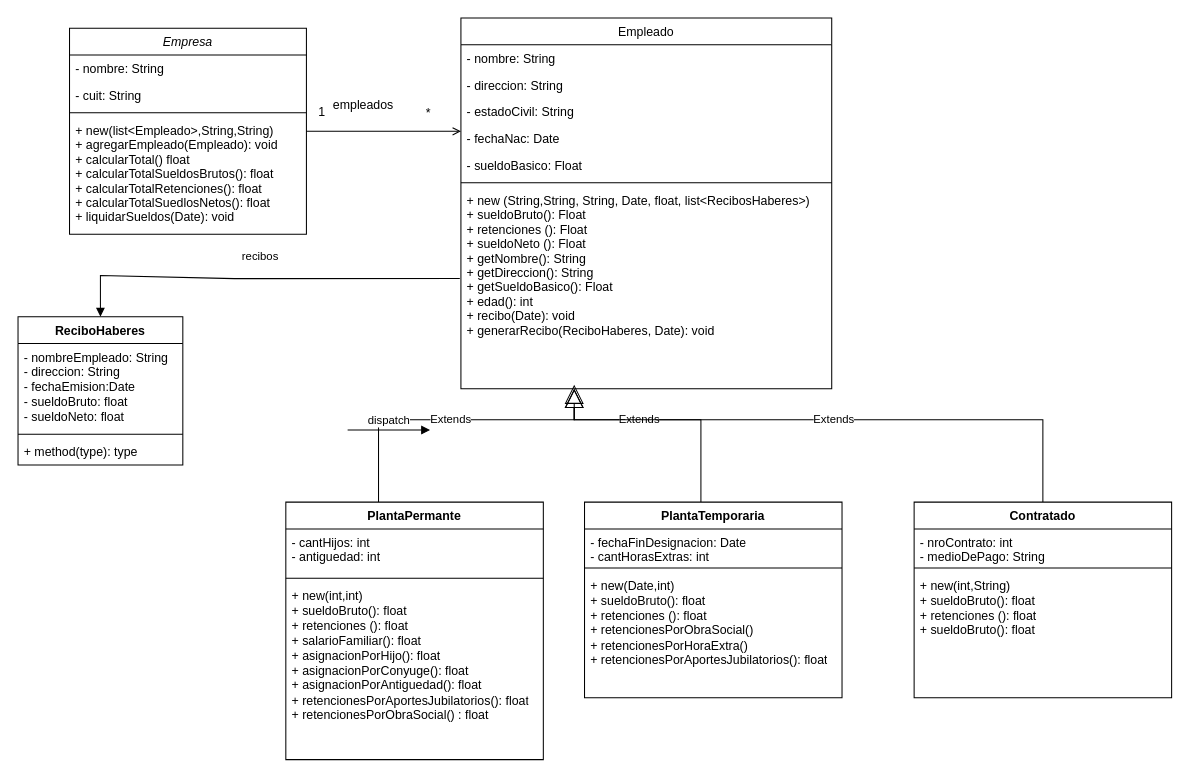
Before: Diagrama sin título.drawio in nicotorboli/unqui-po2-torboli, a draw.io diagram. Source tidied: cells renumbered, new cells numbered last; positions are measured from the earlier drawing's top-left corner, leaving out a move shared by most shapes. Both pictures are drawn from the tidied source at 103%, with x=0, y=0 at pixel (18, 18).
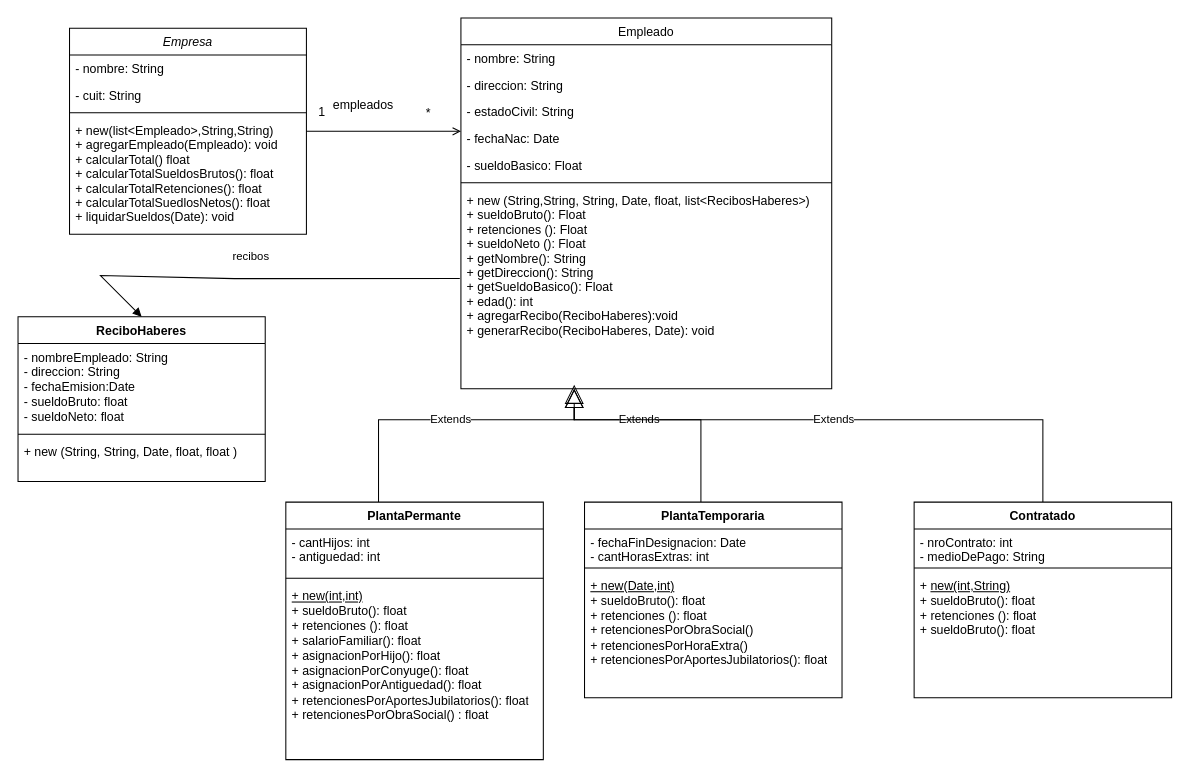
The same page after the edit.

Unchanged cells that the change refers to:
```xml
<mxCell id="7" value="Empleado" style="swimlane;fontStyle=0;align=center;verticalAlign=top;horizontal=1;startSize=26;rounded=0;shadow=0;strokeWidth=1;" parent="1" vertex="1">
  <mxGeometry x="430" width="360" height="360" as="geometry" />
</mxCell>
<mxCell id="19" value="PlantaPermante" style="swimlane;fontStyle=1;align=center;verticalAlign=top;horizontal=1;startSize=26;whiteSpace=wrap;html=1;" parent="1" vertex="1">
  <mxGeometry x="260" y="470" width="250" height="250" as="geometry" />
</mxCell>
<mxCell id="23" value="PlantaTemporaria" style="swimlane;fontStyle=1;align=center;verticalAlign=top;horizontal=1;startSize=26;whiteSpace=wrap;html=1;" parent="1" vertex="1">
  <mxGeometry x="550" y="470" width="250" height="190" as="geometry" />
</mxCell>
<mxCell id="33" value="Contratado" style="swimlane;fontStyle=1;align=center;verticalAlign=top;horizontal=1;startSize=26;whiteSpace=wrap;html=1;" parent="1" vertex="1">
  <mxGeometry x="870" y="470" width="250" height="190" as="geometry" />
</mxCell>
```

What changed in the source:
```diff
@@
-    <mxCell id="14" value="+ new (String,String, String, Date, float, list&lt;RecibosHaberes&gt;)&#10;+ sueldoBruto(): Float&#10;+ retenciones (): Float&#10;+ sueldoNeto (): Float&#10;+ getNombre(): String&#10;+ getDireccion(): String&#10;+ getSueldoBasico(): Float&#10;+ edad(): int&#10;+ recibo(Date): void&#10;+ generarRecibo(ReciboHaberes, Date): void" style="text;align=left;verticalAlign=top;spacingLeft=4;spacingRight=4;overflow=hidden;points=[[0,0.5],[1,0.5]];portConstraint=eastwest;" parent="7" vertex="1">
+    <mxCell id="14" value="+ new (String,String, String, Date, float, list&lt;RecibosHaberes&gt;)&#10;+ sueldoBruto(): Float&#10;+ retenciones (): Float&#10;+ sueldoNeto (): Float&#10;+ getNombre(): String&#10;+ getDireccion(): String&#10;+ getSueldoBasico(): Float&#10;+ edad(): int&#10;+ agregarRecibo(ReciboHaberes):void&#10;+ generarRecibo(ReciboHaberes, Date): void" style="text;align=left;verticalAlign=top;spacingLeft=4;spacingRight=4;overflow=hidden;points=[[0,0.5],[1,0.5]];portConstraint=eastwest;" parent="7" vertex="1">
       <mxGeometry y="164" width="360" height="196" as="geometry" />
     </mxCell>
@@
-    <mxCell id="22" value="&lt;div&gt;+ new(int,int)&lt;/div&gt;+ sueldoBruto(): float&lt;div&gt;+ retenciones (): float&lt;/div&gt;&lt;div&gt;+ salarioFamiliar(): float&lt;/div&gt;&lt;div&gt;+ asignacionPorHijo(): float&lt;/div&gt;&lt;div&gt;+ asignacionPorConyuge(): float&lt;/div&gt;&lt;div&gt;+ asignacionPorAntiguedad(): float&lt;/div&gt;&lt;div&gt;+ retencionesPorAportesJubilatorios(): float&lt;/div&gt;&lt;div&gt;+ retencionesPorObraSocial() : float&lt;br&gt;&lt;div&gt;&lt;br&gt;&lt;/div&gt;&lt;/div&gt;" style="text;strokeColor=none;fillColor=none;align=left;verticalAlign=top;spacingLeft=4;spacingRight=4;overflow=hidden;whiteSpace=wrap;html=1;" parent="19" vertex="1">
+    <mxCell id="22" value="&lt;div&gt;&lt;u&gt;+ new(int,int)&lt;/u&gt;&lt;/div&gt;+ sueldoBruto(): float&lt;div&gt;+ retenciones (): float&lt;/div&gt;&lt;div&gt;+ salarioFamiliar(): float&lt;/div&gt;&lt;div&gt;+ asignacionPorHijo(): float&lt;/div&gt;&lt;div&gt;+ asignacionPorConyuge(): float&lt;/div&gt;&lt;div&gt;+ asignacionPorAntiguedad(): float&lt;/div&gt;&lt;div&gt;+ retencionesPorAportesJubilatorios(): float&lt;/div&gt;&lt;div&gt;+ retencionesPorObraSocial() : float&lt;br&gt;&lt;div&gt;&lt;br&gt;&lt;/div&gt;&lt;/div&gt;" style="text;strokeColor=none;fillColor=none;align=left;verticalAlign=top;spacingLeft=4;spacingRight=4;overflow=hidden;whiteSpace=wrap;html=1;" parent="19" vertex="1">
       <mxGeometry y="78" width="250" height="172" as="geometry" />
     </mxCell>
@@
-    <mxCell id="26" value="&lt;div&gt;+ new(Date,int)&lt;/div&gt;+ sueldoBruto(): float&lt;div&gt;+ retenciones (): float&lt;br&gt;&lt;div&gt;+ retencionesPorObraSocial()&lt;/div&gt;&lt;/div&gt;&lt;div&gt;+ retencionesPorHoraExtra()&lt;/div&gt;&lt;div&gt;&lt;div&gt;+ retencionesPorAportesJubilatorios(): float&lt;/div&gt;&lt;/div&gt;&lt;div&gt;&lt;br&gt;&lt;/div&gt;" style="text;strokeColor=none;fillColor=none;align=left;verticalAlign=top;spacingLeft=4;spacingRight=4;overflow=hidden;whiteSpace=wrap;html=1;" parent="23" vertex="1">
+    <mxCell id="26" value="&lt;div&gt;&lt;u&gt;+ new(Date,int)&lt;/u&gt;&lt;/div&gt;+ sueldoBruto(): float&lt;div&gt;+ retenciones (): float&lt;br&gt;&lt;div&gt;+ retencionesPorObraSocial()&lt;/div&gt;&lt;/div&gt;&lt;div&gt;+ retencionesPorHoraExtra()&lt;/div&gt;&lt;div&gt;&lt;div&gt;+ retencionesPorAportesJubilatorios(): float&lt;/div&gt;&lt;/div&gt;&lt;div&gt;&lt;br&gt;&lt;/div&gt;" style="text;strokeColor=none;fillColor=none;align=left;verticalAlign=top;spacingLeft=4;spacingRight=4;overflow=hidden;whiteSpace=wrap;html=1;" parent="23" vertex="1">
       <mxGeometry y="68" width="250" height="122" as="geometry" />
     </mxCell>
@@
     <mxCell id="29" value="ReciboHaberes" style="swimlane;fontStyle=1;align=center;verticalAlign=top;horizontal=1;startSize=26;whiteSpace=wrap;html=1;" parent="1" vertex="1">
-      <mxGeometry y="290" width="160" height="144" as="geometry" />
+      <mxGeometry y="290" width="240" height="160" as="geometry" />
     </mxCell>
     <mxCell id="30" value="- nombreEmpleado: String&lt;div&gt;- direccion: String&lt;/div&gt;&lt;div&gt;- fechaEmision:Date&lt;/div&gt;&lt;div&gt;- sueldoBruto: float&lt;/div&gt;&lt;div&gt;- sueldoNeto: float&lt;br&gt;&lt;div&gt;&lt;br&gt;&lt;/div&gt;&lt;/div&gt;" style="text;strokeColor=none;fillColor=none;align=left;verticalAlign=top;spacingLeft=4;spacingRight=4;overflow=hidden;whiteSpace=wrap;html=1;" parent="29" vertex="1">
-      <mxGeometry y="26" width="160" height="84" as="geometry" />
+      <mxGeometry y="26" width="240" height="84" as="geometry" />
     </mxCell>
     <mxCell id="31" style="line;strokeWidth=1;fillColor=none;align=left;verticalAlign=middle;spacingTop=-1;spacingLeft=3;spacingRight=3;labelPosition=right;strokeColor=inherit;" parent="29" vertex="1">
-      <mxGeometry y="110" width="160" height="8" as="geometry" />
+      <mxGeometry y="110" width="240" height="8" as="geometry" />
     </mxCell>
-    <mxCell id="32" value="+ method(type): type" style="text;strokeColor=none;fillColor=none;align=left;verticalAlign=top;spacingLeft=4;spacingRight=4;overflow=hidden;whiteSpace=wrap;html=1;" parent="29" vertex="1">
-      <mxGeometry y="118" width="160" height="26" as="geometry" />
+    <mxCell id="32" value="+ new (String, String, Date, float, float )" style="text;strokeColor=none;fillColor=none;align=left;verticalAlign=top;spacingLeft=4;spacingRight=4;overflow=hidden;whiteSpace=wrap;html=1;" parent="29" vertex="1">
+      <mxGeometry y="118" width="240" height="42" as="geometry" />
     </mxCell>
@@
-    <mxCell id="36" value="&lt;div&gt;+ new(int,String)&lt;/div&gt;+ sueldoBruto(): float&lt;div&gt;+ retenciones (): float&lt;br&gt;&lt;div&gt;+ sueldoBruto(): float&lt;/div&gt;&lt;/div&gt;&lt;div&gt;&lt;br&gt;&lt;/div&gt;" style="text;strokeColor=none;fillColor=none;align=left;verticalAlign=top;spacingLeft=4;spacingRight=4;overflow=hidden;whiteSpace=wrap;html=1;" parent="33" vertex="1">
+    <mxCell id="36" value="&lt;div&gt;+ &lt;u&gt;new(int,String)&lt;/u&gt;&lt;/div&gt;+ sueldoBruto(): float&lt;div&gt;+ retenciones (): float&lt;br&gt;&lt;div&gt;+ sueldoBruto(): float&lt;/div&gt;&lt;/div&gt;&lt;div&gt;&lt;br&gt;&lt;/div&gt;" style="text;strokeColor=none;fillColor=none;align=left;verticalAlign=top;spacingLeft=4;spacingRight=4;overflow=hidden;whiteSpace=wrap;html=1;" parent="33" vertex="1">
       <mxGeometry y="68" width="250" height="122" as="geometry" />
     </mxCell>
@@
-    <mxCell id="38" value="dispatch" style="html=1;verticalAlign=bottom;endArrow=block;curved=0;rounded=0;" parent="1" edge="1">
-      <mxGeometry relative="1" as="geometry">
-        <mxPoint x="320" y="400" as="sourcePoint" />
-        <mxPoint x="400" y="400" as="targetPoint" />
-      </mxGeometry>
-    </mxCell>
```
